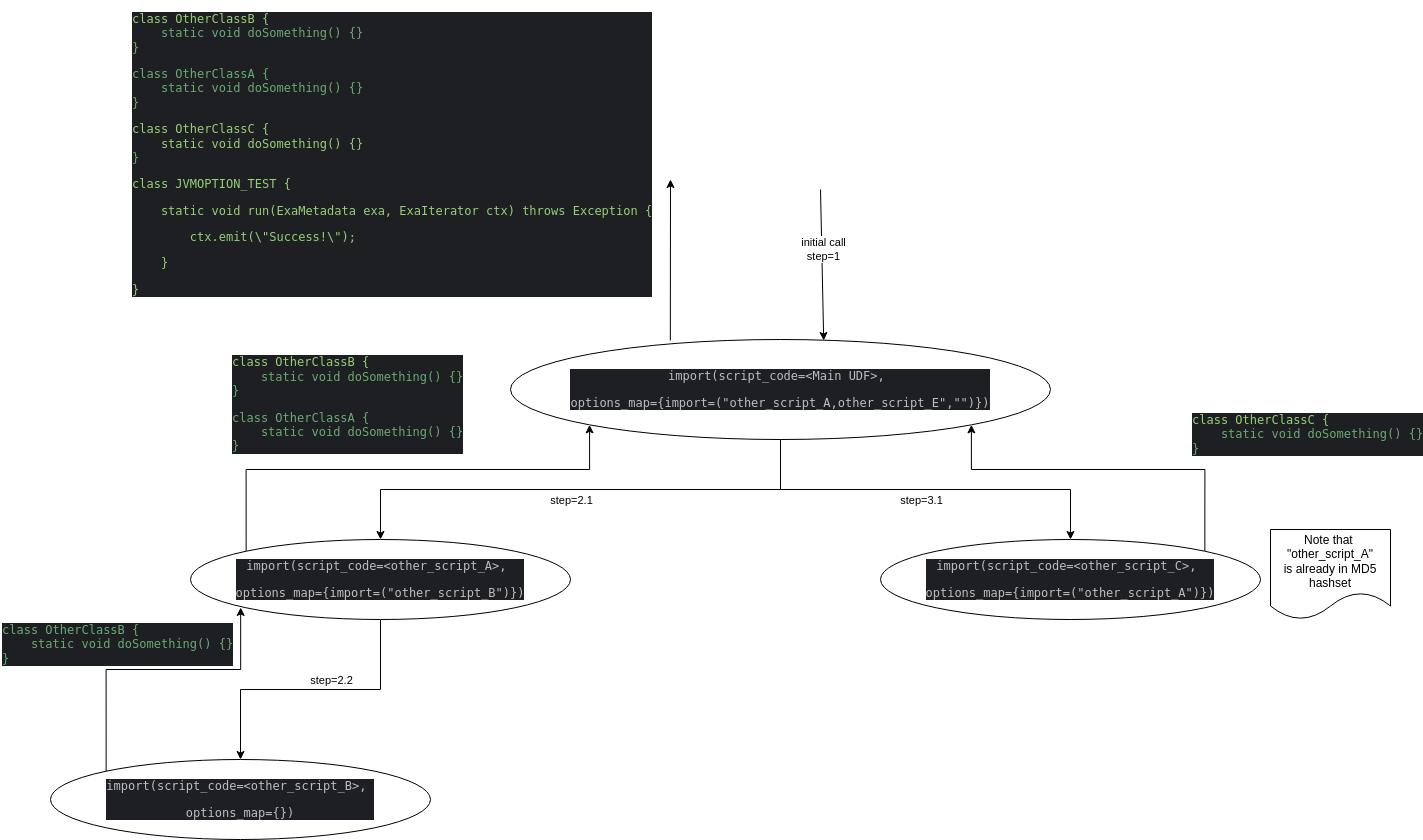
exasol/script-languages keeps this draw.io diagram as exaudfclient/docs/diagrams/V2ImportScriptFlow.png. Above is the earlier version. Source tidied: cells renumbered, new cells last; positions are measured from the earlier drawing's top-left corner, leaving out a move shared by most shapes.
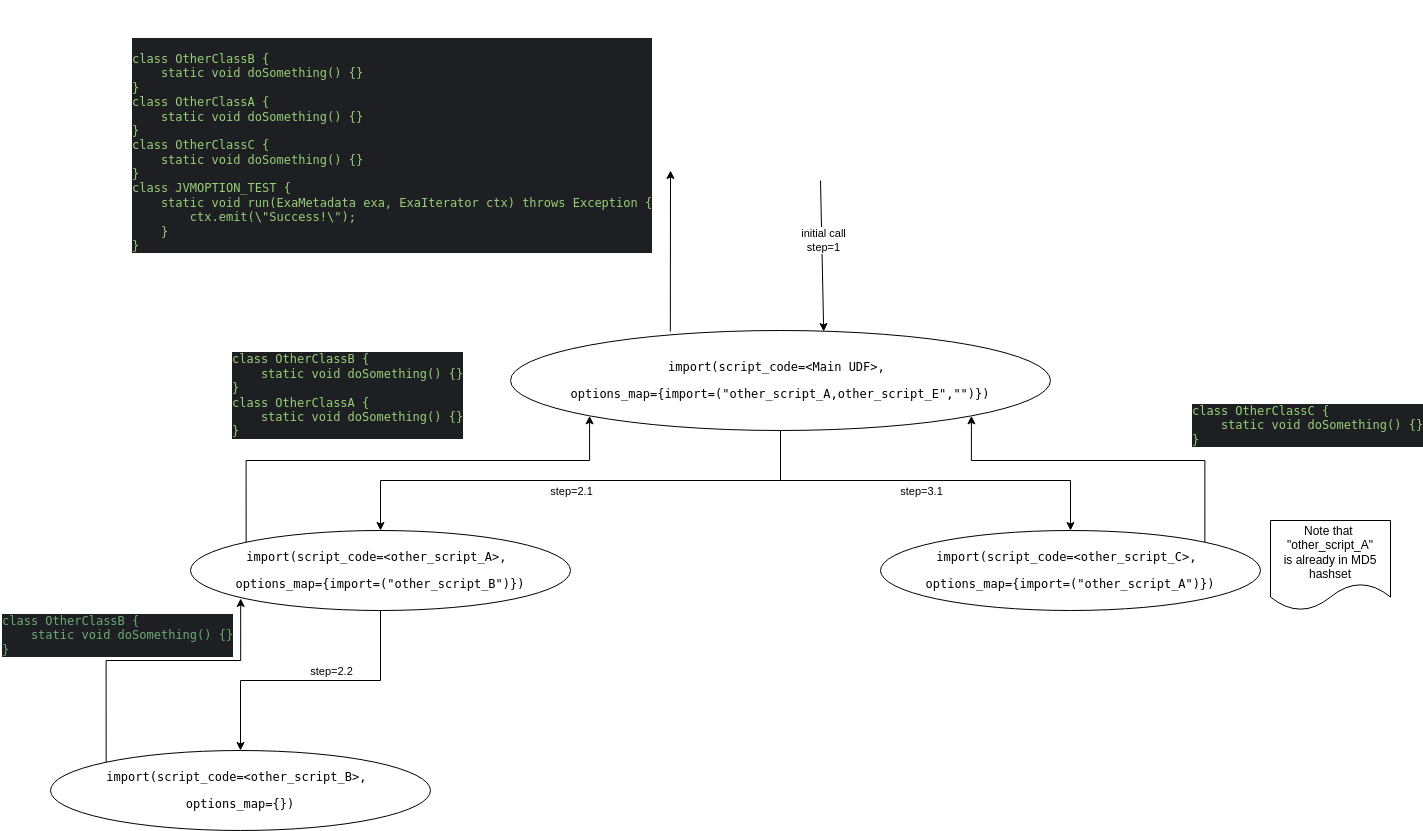
After the commit.

Commit message:
Updated design document

The edit, as a diff of the source:
```diff
@@ -18,7 +18,7 @@
         <mxPoint x="-28" y="14" as="offset" />
       </mxGeometry>
     </mxCell>
-    <mxCell id="6" value="&lt;div style=&quot;background-color:#1e1f22;color:#bcbec4&quot;&gt;&lt;pre style=&quot;font-family:'JetBrains Mono',monospace;font-size:9,8pt;&quot;&gt;import(script_code=&amp;lt;Main UDF&amp;gt;, &lt;/pre&gt;&lt;pre style=&quot;font-family:'JetBrains Mono',monospace;font-size:9,8pt;&quot;&gt;options_map={import=(&quot;other_script_A,other_script_E&quot;,&quot;&quot;)})&lt;/pre&gt;&lt;/div&gt;" style="ellipse;whiteSpace=wrap;html=1;" parent="1" vertex="1">
+    <mxCell id="6" value="&lt;div style=&quot;&quot;&gt;&lt;pre style=&quot;font-family: &amp;quot;JetBrains Mono&amp;quot;, monospace;&quot;&gt;&lt;span style=&quot;background-color: rgb(255, 255, 255);&quot;&gt;import(script_code=&amp;lt;Main UDF&amp;gt;, &lt;/span&gt;&lt;/pre&gt;&lt;pre style=&quot;font-family: &amp;quot;JetBrains Mono&amp;quot;, monospace;&quot;&gt;&lt;span style=&quot;background-color: rgb(255, 255, 255);&quot;&gt;options_map={import=(&quot;other_script_A,other_script_E&quot;,&quot;&quot;)})&lt;/span&gt;&lt;/pre&gt;&lt;/div&gt;" style="ellipse;whiteSpace=wrap;html=1;" parent="1" vertex="1">
       <mxGeometry x="510" y="330" width="540" height="100" as="geometry" />
     </mxCell>
     <mxCell id="7" style="edgeStyle=orthogonalEdgeStyle;rounded=0;jettySize=auto;html=1;exitX=0.5;exitY=1;exitDx=0;exitDy=0;" parent="1" edge="1" source="10" target="11">
@@ -37,10 +37,10 @@
         </Array>
       </mxGeometry>
     </mxCell>
-    <mxCell id="10" value="&lt;pre style=&quot;border-color: var(--border-color); color: rgb(188, 190, 196); font-family: &amp;quot;JetBrains Mono&amp;quot;, monospace;&quot;&gt;&lt;div style=&quot;background-color: rgb(30, 31, 34);&quot;&gt;&lt;pre style=&quot;font-family:'JetBrains Mono',monospace;font-size:9,8pt;&quot;&gt;import(script_code=&amp;lt;other_script_A&amp;gt;, &lt;/pre&gt;&lt;pre style=&quot;font-family:'JetBrains Mono',monospace;font-size:9,8pt;&quot;&gt;options_map={import=(&quot;other_script_B&quot;)})&lt;/pre&gt;&lt;/div&gt;&lt;/pre&gt;" style="ellipse;whiteSpace=wrap;html=1;" parent="1" vertex="1">
+    <mxCell id="10" value="&lt;pre style=&quot;border-color: var(--border-color); font-family: &amp;quot;JetBrains Mono&amp;quot;, monospace;&quot;&gt;&lt;div style=&quot;&quot;&gt;&lt;pre style=&quot;font-family: &amp;quot;JetBrains Mono&amp;quot;, monospace;&quot;&gt;&lt;span style=&quot;background-color: rgb(255, 255, 255);&quot;&gt;import(script_code=&amp;lt;other_script_A&amp;gt;, &lt;/span&gt;&lt;/pre&gt;&lt;pre style=&quot;font-family: &amp;quot;JetBrains Mono&amp;quot;, monospace;&quot;&gt;&lt;span style=&quot;background-color: rgb(255, 255, 255);&quot;&gt;options_map={import=(&quot;other_script_B&quot;)})&lt;/span&gt;&lt;/pre&gt;&lt;/div&gt;&lt;/pre&gt;" style="ellipse;whiteSpace=wrap;html=1;" parent="1" vertex="1">
       <mxGeometry x="190" y="530" width="380" height="80" as="geometry" />
     </mxCell>
-    <mxCell id="11" value="&lt;pre style=&quot;border-color: var(--border-color); color: rgb(188, 190, 196); font-family: &amp;quot;JetBrains Mono&amp;quot;, monospace;&quot;&gt;&lt;div style=&quot;background-color: rgb(30, 31, 34);&quot;&gt;&lt;pre style=&quot;font-family:'JetBrains Mono',monospace;font-size:9,8pt;&quot;&gt;import(script_code=&amp;lt;other_script_B&amp;gt;, &lt;/pre&gt;&lt;pre style=&quot;font-family:'JetBrains Mono',monospace;font-size:9,8pt;&quot;&gt;options_map={})&lt;/pre&gt;&lt;/div&gt;&lt;/pre&gt;" style="ellipse;whiteSpace=wrap;html=1;" parent="1" vertex="1">
+    <mxCell id="11" value="&lt;pre style=&quot;border-color: var(--border-color); font-family: &amp;quot;JetBrains Mono&amp;quot;, monospace;&quot;&gt;&lt;div style=&quot;&quot;&gt;&lt;pre style=&quot;font-family: &amp;quot;JetBrains Mono&amp;quot;, monospace;&quot;&gt;&lt;span style=&quot;background-color: rgb(255, 255, 255);&quot;&gt;import(script_code=&amp;lt;other_script_B&amp;gt;, &lt;/span&gt;&lt;/pre&gt;&lt;pre style=&quot;font-family: &amp;quot;JetBrains Mono&amp;quot;, monospace;&quot;&gt;&lt;span style=&quot;background-color: rgb(255, 255, 255);&quot;&gt;options_map={})&lt;/span&gt;&lt;/pre&gt;&lt;/div&gt;&lt;/pre&gt;" style="ellipse;whiteSpace=wrap;html=1;" parent="1" vertex="1">
       <mxGeometry x="50" y="750" width="380" height="80" as="geometry" />
     </mxCell>
     <mxCell id="12" style="edgeStyle=orthogonalEdgeStyle;rounded=0;jettySize=auto;html=1;exitX=0;exitY=0;exitDx=0;exitDy=0;entryX=0.132;entryY=0.85;entryDx=0;entryDy=0;entryPerimeter=0;" parent="1" edge="1" source="11" target="10">
@@ -51,10 +51,10 @@
         </Array>
       </mxGeometry>
     </mxCell>
-    <mxCell id="13" value="&lt;div style=&quot;background-color:#1e1f22;color:#bcbec4&quot;&gt;&lt;pre style=&quot;font-family:'JetBrains Mono',monospace;font-size:9,8pt;&quot;&gt;&lt;span style=&quot;color:#6aab73;&quot;&gt;class OtherClassB {&lt;br&gt;&lt;/span&gt;&lt;span style=&quot;color:#6aab73;&quot;&gt;    static void doSomething() {}&lt;br&gt;&lt;/span&gt;&lt;span style=&quot;color:#6aab73;&quot;&gt;}&lt;br&gt;&lt;/span&gt;&lt;/pre&gt;&lt;/div&gt;" style="text;html=1;strokeColor=none;fillColor=none;align=left;verticalAlign=middle;whiteSpace=wrap;rounded=0;" parent="1" vertex="1">
+    <mxCell id="13" value="&lt;div style=&quot;background-color: rgb(30, 31, 34);&quot;&gt;&lt;pre style=&quot;&quot;&gt;&lt;font face=&quot;JetBrains Mono, monospace&quot; color=&quot;#6aab73&quot;&gt;class OtherClassB {&lt;br/&gt;    static void doSomething() {}&lt;br/&gt;}&lt;br&gt;&lt;/font&gt;&lt;/pre&gt;&lt;/div&gt;" style="text;html=1;strokeColor=none;fillColor=none;align=left;verticalAlign=middle;whiteSpace=wrap;rounded=0;" parent="1" vertex="1">
       <mxGeometry y="620" width="60" height="30" as="geometry" />
     </mxCell>
-    <mxCell id="14" value="&lt;div style=&quot;background-color: rgb(30, 31, 34);&quot;&gt;&lt;pre style=&quot;font-family: &amp;quot;JetBrains Mono&amp;quot;, monospace;&quot;&gt;&lt;pre style=&quot;border-color: var(--border-color); font-family: &amp;quot;JetBrains Mono&amp;quot;, monospace;&quot;&gt;&lt;font color=&quot;#97d077&quot;&gt;class OtherClassB {&lt;/font&gt;&lt;font color=&quot;#bcbec4&quot;&gt;&lt;span style=&quot;border-color: var(--border-color);&quot;&gt;&lt;br style=&quot;border-color: var(--border-color);&quot;&gt;&lt;/span&gt;&lt;/font&gt;&lt;span style=&quot;color: rgb(106, 171, 115); border-color: var(--border-color);&quot;&gt;    static void doSomething() {}&lt;br style=&quot;border-color: var(--border-color);&quot;&gt;&lt;/span&gt;&lt;span style=&quot;color: rgb(106, 171, 115); border-color: var(--border-color);&quot;&gt;}&lt;/span&gt;&lt;/pre&gt;&lt;span style=&quot;color: rgb(106, 171, 115);&quot;&gt;class OtherClassA {&lt;br&gt;&lt;/span&gt;&lt;span style=&quot;color: rgb(106, 171, 115);&quot;&gt;    static void doSomething() {}&lt;br&gt;&lt;/span&gt;&lt;span style=&quot;color: rgb(106, 171, 115);&quot;&gt;}&lt;/span&gt;&lt;/pre&gt;&lt;/div&gt;" style="text;html=1;strokeColor=none;fillColor=none;align=left;verticalAlign=middle;whiteSpace=wrap;rounded=0;" parent="1" vertex="1">
+    <mxCell id="14" value="&lt;div style=&quot;background-color: rgb(30, 31, 34);&quot;&gt;&lt;pre style=&quot;&quot;&gt;&lt;pre style=&quot;border-color: var(--border-color);&quot;&gt;&lt;font face=&quot;JetBrains Mono, monospace&quot; color=&quot;#97d077&quot;&gt;class OtherClassB {&lt;br/&gt;    static void doSomething() {}&lt;br/&gt;}&lt;br/&gt;class OtherClassA {&lt;br/&gt;    static void doSomething() {}&lt;br/&gt;}&lt;/font&gt;&lt;font face=&quot;JetBrains Mono, monospace&quot;&gt;&lt;br&gt;&lt;/font&gt;&lt;/pre&gt;&lt;/pre&gt;&lt;/div&gt;" style="text;html=1;strokeColor=none;fillColor=none;align=left;verticalAlign=middle;whiteSpace=wrap;rounded=0;" parent="1" vertex="1">
       <mxGeometry x="230" y="380" width="60" height="30" as="geometry" />
     </mxCell>
     <mxCell id="15" style="edgeStyle=orthogonalEdgeStyle;rounded=0;jettySize=auto;html=1;exitX=1;exitY=0;exitDx=0;exitDy=0;entryX=1;entryY=1;entryDx=0;entryDy=0;" parent="1" edge="1" source="16" target="6">
@@ -65,10 +65,10 @@
         </Array>
       </mxGeometry>
     </mxCell>
-    <mxCell id="16" value="&lt;pre style=&quot;border-color: var(--border-color); color: rgb(188, 190, 196); font-family: &amp;quot;JetBrains Mono&amp;quot;, monospace;&quot;&gt;&lt;div style=&quot;background-color: rgb(30, 31, 34);&quot;&gt;&lt;pre style=&quot;font-family:'JetBrains Mono',monospace;font-size:9,8pt;&quot;&gt;import(script_code=&amp;lt;other_script_C&amp;gt;, &lt;/pre&gt;&lt;pre style=&quot;font-family:'JetBrains Mono',monospace;font-size:9,8pt;&quot;&gt;options_map={import=(&quot;other_script_A&quot;)})&lt;/pre&gt;&lt;/div&gt;&lt;/pre&gt;" style="ellipse;whiteSpace=wrap;html=1;" parent="1" vertex="1">
+    <mxCell id="16" value="&lt;pre style=&quot;border-color: var(--border-color); font-family: &amp;quot;JetBrains Mono&amp;quot;, monospace;&quot;&gt;&lt;div style=&quot;&quot;&gt;&lt;pre style=&quot;font-family: &amp;quot;JetBrains Mono&amp;quot;, monospace;&quot;&gt;&lt;span style=&quot;background-color: rgb(255, 255, 255);&quot;&gt;import(script_code=&amp;lt;other_script_C&amp;gt;, &lt;/span&gt;&lt;/pre&gt;&lt;pre style=&quot;font-family: &amp;quot;JetBrains Mono&amp;quot;, monospace;&quot;&gt;&lt;span style=&quot;background-color: rgb(255, 255, 255);&quot;&gt;options_map={import=(&quot;other_script_A&quot;)})&lt;/span&gt;&lt;/pre&gt;&lt;/div&gt;&lt;/pre&gt;" style="ellipse;whiteSpace=wrap;html=1;" parent="1" vertex="1">
       <mxGeometry x="880" y="530" width="380" height="80" as="geometry" />
     </mxCell>
-    <mxCell id="17" value="&lt;div style=&quot;background-color: rgb(30, 31, 34);&quot;&gt;&lt;pre style=&quot;font-family: &amp;quot;JetBrains Mono&amp;quot;, monospace;&quot;&gt;&lt;pre style=&quot;border-color: var(--border-color); font-family: &amp;quot;JetBrains Mono&amp;quot;, monospace;&quot;&gt;&lt;font color=&quot;#97d077&quot;&gt;class OtherClassC {&lt;/font&gt;&lt;font color=&quot;#bcbec4&quot;&gt;&lt;span style=&quot;border-color: var(--border-color);&quot;&gt;&lt;br style=&quot;border-color: var(--border-color);&quot;&gt;&lt;/span&gt;&lt;/font&gt;&lt;span style=&quot;color: rgb(106, 171, 115); border-color: var(--border-color);&quot;&gt;    static void doSomething() {}&lt;br style=&quot;border-color: var(--border-color);&quot;&gt;&lt;/span&gt;&lt;span style=&quot;color: rgb(106, 171, 115); border-color: var(--border-color);&quot;&gt;}&lt;/span&gt;&lt;/pre&gt;&lt;/pre&gt;&lt;/div&gt;" style="text;html=1;strokeColor=none;fillColor=none;align=left;verticalAlign=middle;whiteSpace=wrap;rounded=0;" parent="1" vertex="1">
+    <mxCell id="17" value="&lt;div style=&quot;background-color: rgb(30, 31, 34);&quot;&gt;&lt;pre style=&quot;&quot;&gt;&lt;pre style=&quot;border-color: var(--border-color);&quot;&gt;&lt;font face=&quot;JetBrains Mono, monospace&quot; color=&quot;#97d077&quot;&gt;class OtherClassC {&lt;br/&gt;    static void doSomething() {}&lt;br/&gt;}&lt;/font&gt;&lt;font face=&quot;JetBrains Mono, monospace&quot;&gt;&lt;br&gt;&lt;/font&gt;&lt;/pre&gt;&lt;/pre&gt;&lt;/div&gt;" style="text;html=1;strokeColor=none;fillColor=none;align=left;verticalAlign=middle;whiteSpace=wrap;rounded=0;" parent="1" vertex="1">
       <mxGeometry x="1190" y="410" width="60" height="30" as="geometry" />
     </mxCell>
     <mxCell id="18" value="Note that&amp;nbsp;&lt;br&gt;&quot;other_script_A&quot;&lt;br&gt;is already in MD5 hashset" style="shape=document;whiteSpace=wrap;html=1;boundedLbl=1;" parent="1" vertex="1">
@@ -87,7 +87,7 @@
         <mxPoint x="670" y="170" as="targetPoint" />
       </mxGeometry>
     </mxCell>
-    <mxCell id="22" value="&lt;div style=&quot;background-color: rgb(30, 31, 34);&quot;&gt;&lt;pre style=&quot;font-family: &amp;quot;JetBrains Mono&amp;quot;, monospace;&quot;&gt;&lt;pre style=&quot;border-color: var(--border-color); font-family: &amp;quot;JetBrains Mono&amp;quot;, monospace;&quot;&gt;&lt;font color=&quot;#97d077&quot;&gt;class OtherClassB {&lt;/font&gt;&lt;font color=&quot;#bcbec4&quot;&gt;&lt;span style=&quot;border-color: var(--border-color);&quot;&gt;&lt;br style=&quot;border-color: var(--border-color);&quot;&gt;&lt;/span&gt;&lt;/font&gt;&lt;span style=&quot;color: rgb(106, 171, 115); border-color: var(--border-color);&quot;&gt;    static void doSomething() {}&lt;br style=&quot;border-color: var(--border-color);&quot;&gt;&lt;/span&gt;&lt;span style=&quot;color: rgb(106, 171, 115); border-color: var(--border-color);&quot;&gt;}&lt;/span&gt;&lt;/pre&gt;&lt;span style=&quot;color: rgb(106, 171, 115);&quot;&gt;class OtherClassA {&lt;br&gt;&lt;/span&gt;&lt;span style=&quot;color: rgb(106, 171, 115);&quot;&gt;    static void doSomething() {}&lt;br&gt;&lt;/span&gt;&lt;span style=&quot;color: rgb(106, 171, 115);&quot;&gt;}&lt;/span&gt;&lt;/pre&gt;&lt;pre style=&quot;font-family: &amp;quot;JetBrains Mono&amp;quot;, monospace;&quot;&gt;&lt;pre style=&quot;border-color: var(--border-color); font-family: &amp;quot;JetBrains Mono&amp;quot;, monospace;&quot;&gt;&lt;font style=&quot;border-color: var(--border-color);&quot; color=&quot;#97d077&quot;&gt;class OtherClassC {&lt;/font&gt;&lt;font style=&quot;border-color: var(--border-color);&quot; color=&quot;#bcbec4&quot;&gt;&lt;br style=&quot;border-color: var(--border-color);&quot;&gt;&lt;/font&gt;&lt;font color=&quot;#97d077&quot;&gt;    static void doSomething() {}&lt;/font&gt;&lt;br style=&quot;border-color: var(--border-color);&quot;&gt;&lt;span style=&quot;border-color: var(--border-color); color: rgb(106, 171, 115);&quot;&gt;}&lt;/span&gt;&lt;/pre&gt;&lt;/pre&gt;&lt;pre style=&quot;font-family: &amp;quot;JetBrains Mono&amp;quot;, monospace;&quot;&gt;&lt;div style=&quot;&quot;&gt;&lt;pre style=&quot;font-family: &amp;quot;JetBrains Mono&amp;quot;, monospace;&quot;&gt;&lt;font color=&quot;#97d077&quot;&gt;class JVMOPTION_TEST {&lt;/font&gt;&lt;/pre&gt;&lt;pre style=&quot;font-family: &amp;quot;JetBrains Mono&amp;quot;, monospace;&quot;&gt;&lt;div style=&quot;&quot;&gt;&lt;pre style=&quot;font-family: &amp;quot;JetBrains Mono&amp;quot;, monospace;&quot;&gt;&lt;font color=&quot;#97d077&quot;&gt;    static void run(ExaMetadata exa, ExaIterator ctx) throws Exception {&lt;/font&gt;&lt;/pre&gt;&lt;pre style=&quot;font-family: &amp;quot;JetBrains Mono&amp;quot;, monospace;&quot;&gt;&lt;div style=&quot;&quot;&gt;&lt;pre style=&quot;font-family: &amp;quot;JetBrains Mono&amp;quot;, monospace;&quot;&gt;&lt;font color=&quot;#97d077&quot;&gt;        ctx.emit(\&quot;Success!\&quot;);&lt;/font&gt;&lt;/pre&gt;&lt;pre style=&quot;font-family: &amp;quot;JetBrains Mono&amp;quot;, monospace;&quot;&gt;&lt;font color=&quot;#97d077&quot;&gt;    }&lt;/font&gt;&lt;/pre&gt;&lt;pre style=&quot;font-family: &amp;quot;JetBrains Mono&amp;quot;, monospace;&quot;&gt;&lt;font color=&quot;#97d077&quot;&gt;}&lt;/font&gt;&lt;/pre&gt;&lt;/div&gt;&lt;/pre&gt;&lt;/div&gt;&lt;/pre&gt;&lt;/div&gt;&lt;/pre&gt;&lt;/div&gt;" style="text;html=1;strokeColor=none;fillColor=none;align=left;verticalAlign=middle;whiteSpace=wrap;rounded=0;" parent="1" vertex="1">
+    <mxCell id="22" value="&lt;div style=&quot;background-color: rgb(30, 31, 34);&quot;&gt;&lt;pre style=&quot;&quot;&gt;&lt;pre style=&quot;border-color: var(--border-color);&quot;&gt;&lt;font face=&quot;JetBrains Mono, monospace&quot;&gt;&lt;font color=&quot;#97d077&quot;&gt;&lt;br/&gt;class OtherClassB {&lt;br/&gt;    static void doSomething() {}&lt;br/&gt;}&lt;br/&gt;class OtherClassA {&lt;br/&gt;    static void doSomething() {}&lt;br/&gt;}&lt;br/&gt;class OtherClassC {&lt;br/&gt;    static void doSomething() {}&lt;br/&gt;}&lt;br/&gt;class JVMOPTION_TEST {&lt;br/&gt;    static void run(ExaMetadata exa, ExaIterator ctx) throws Exception {&lt;br/&gt;        ctx.emit(\&quot;Success!\&quot;);&lt;br/&gt;    }&lt;br/&gt;}&lt;/font&gt;&lt;br&gt;&lt;/font&gt;&lt;/pre&gt;&lt;/pre&gt;&lt;/div&gt;" style="text;html=1;strokeColor=none;fillColor=none;align=left;verticalAlign=middle;whiteSpace=wrap;rounded=0;" parent="1" vertex="1">
       <mxGeometry x="130" width="400" height="290" as="geometry" />
     </mxCell>
   </root>
```
